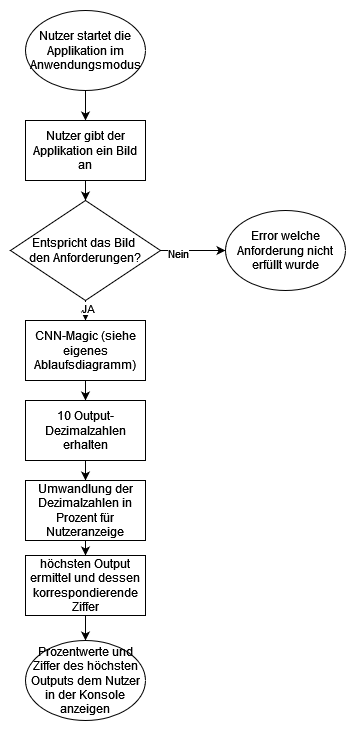
The draw.io diagram Dokumentation/CKi/images/ablauf-interpretation.png in MrS-E/CKi, before a commit. Source tidied: cells renumbered, new cells last; positions are measured from the earlier drawing's top-left corner, leaving out a move shared by most shapes.
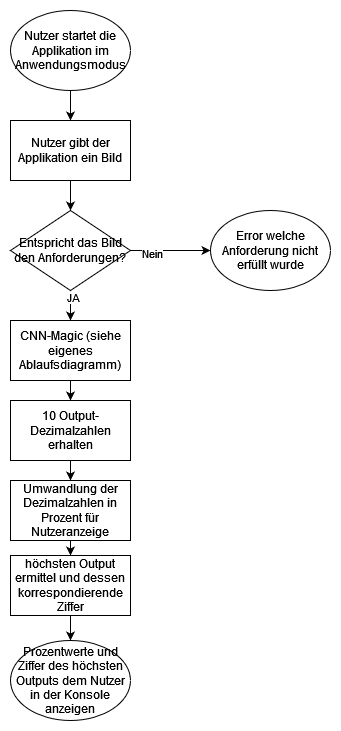
The same diagram one commit later.

Change to the diagram source:
```diff
@@ -11,7 +11,7 @@
     <mxCell id="4" style="edgeStyle=orthogonalEdgeStyle;rounded=0;jettySize=auto;html=1;" parent="1" edge="1" source="5" target="10">
       <mxGeometry relative="1" as="geometry" />
     </mxCell>
-    <mxCell id="5" value="&lt;div&gt;Nutzer gibt der Applikation ein Bild an&lt;/div&gt;" style="whiteSpace=wrap;html=1;" parent="1" vertex="1">
+    <mxCell id="5" value="&lt;div&gt;Nutzer gibt der Applikation ein Bild&lt;br&gt;&lt;/div&gt;" style="whiteSpace=wrap;html=1;" parent="1" vertex="1">
       <mxGeometry x="15" y="110" width="120" height="60" as="geometry" />
     </mxCell>
     <mxCell id="6" style="edgeStyle=orthogonalEdgeStyle;rounded=0;jettySize=auto;html=1;" parent="1" edge="1" source="10" target="11">
@@ -26,8 +26,8 @@
     <mxCell id="9" value="JA" style="edgeLabel;html=1;align=center;verticalAlign=middle;" parent="8" vertex="1">
       <mxGeometry x="-0.76" y="2" relative="1" as="geometry" />
     </mxCell>
-    <mxCell id="10" value="&lt;div&gt;Entspricht das Bild&amp;nbsp;&lt;/div&gt;&lt;div&gt;den Anforderungen?&lt;/div&gt;" style="rhombus;whiteSpace=wrap;html=1;" parent="1" vertex="1">
-      <mxGeometry y="190" width="150" height="100" as="geometry" />
+    <mxCell id="10" value="Entspricht das Bild den Anforderungen?" style="rhombus;whiteSpace=wrap;html=1;" parent="1" vertex="1">
+      <mxGeometry x="15" y="200" width="120" height="80" as="geometry" />
     </mxCell>
     <mxCell id="11" value="Error welche Anforderung nicht erfüllt wurde" style="ellipse;whiteSpace=wrap;html=1;" parent="1" vertex="1">
       <mxGeometry x="215" y="200" width="120" height="80" as="geometry" />
```
